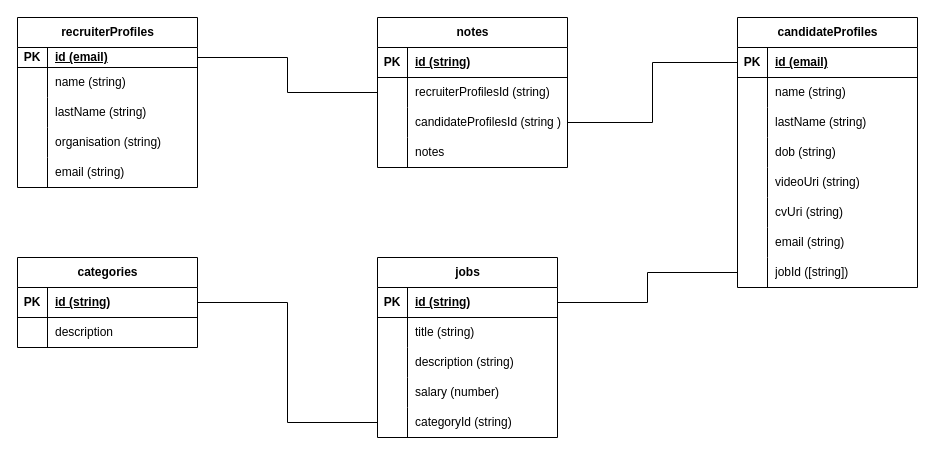
Above: docs/high level design/erd.drawio in tommcamm/aut-crisp (draw.io), before the change. Source tidied: cells renumbered, new cells numbered last; positions are measured from the earlier drawing's top-left corner, leaving out a move shared by most shapes. Both pictures are drawn from the tidied source at 100%, with x=0, y=0 at pixel (17, 17).
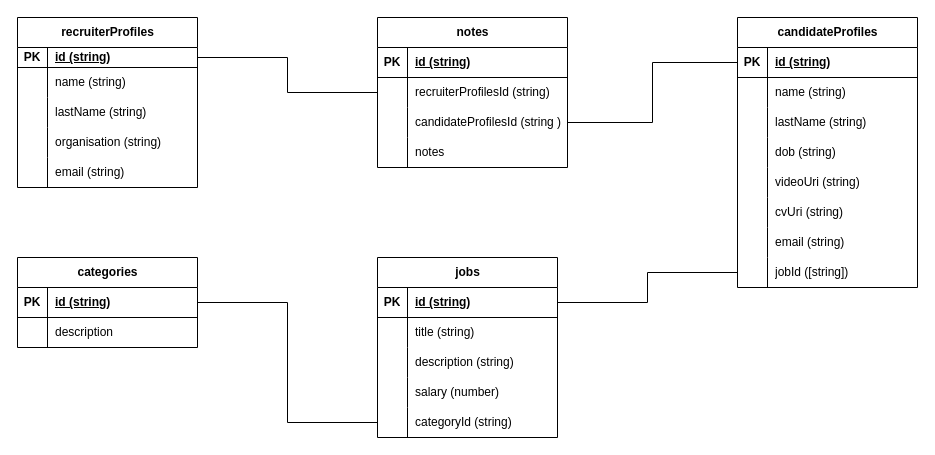
After the change.

Commit message (it also covers changes not shown here):
reformatted document, adding more relevant sections, updated diagrams to align with changes, added summary, fixed typos and grammer. TODO: User Manual

The change refers to these unchanged cells:
```xml
<mxCell id="3" style="shape=tableRow;horizontal=0;startSize=0;swimlaneHead=0;swimlaneBody=0;fillColor=none;points=[[0,0.5],[1,0.5]];portConstraint=eastwest;top=0;left=0;right=0;bottom=1;" parent="2" vertex="1">
  <mxGeometry y="30" width="180" height="20" as="geometry" />
</mxCell>
<mxCell id="35" style="shape=tableRow;horizontal=0;startSize=0;swimlaneHead=0;swimlaneBody=0;fillColor=none;points=[[0,0.5],[1,0.5]];portConstraint=eastwest;top=0;left=0;right=0;bottom=1;" parent="34" vertex="1">
  <mxGeometry y="30" width="180" height="30" as="geometry" />
</mxCell>
```

What changed in the source:
```diff
@@
-    <mxCell id="5" value="id (email)" style="shape=partialRectangle;fillColor=none;top=0;left=0;bottom=0;right=0;align=left;spacingLeft=6;fontStyle=5;overflow=hidden;whiteSpace=wrap;html=1;" parent="3" vertex="1">
+    <mxCell id="5" value="id (string)" style="shape=partialRectangle;fillColor=none;top=0;left=0;bottom=0;right=0;align=left;spacingLeft=6;fontStyle=5;overflow=hidden;whiteSpace=wrap;html=1;" parent="3" vertex="1">
       <mxGeometry x="30" width="150" height="20" as="geometry" />
     </mxCell>
@@
-    <mxCell id="37" value="id (email)" style="shape=partialRectangle;fillColor=none;top=0;left=0;bottom=0;right=0;align=left;spacingLeft=6;fontStyle=5;overflow=hidden;whiteSpace=wrap;html=1;" parent="35" vertex="1">
+    <mxCell id="37" value="id (string)" style="shape=partialRectangle;fillColor=none;top=0;left=0;bottom=0;right=0;align=left;spacingLeft=6;fontStyle=5;overflow=hidden;whiteSpace=wrap;html=1;" parent="35" vertex="1">
       <mxGeometry x="30" width="150" height="30" as="geometry" />
     </mxCell>
```
